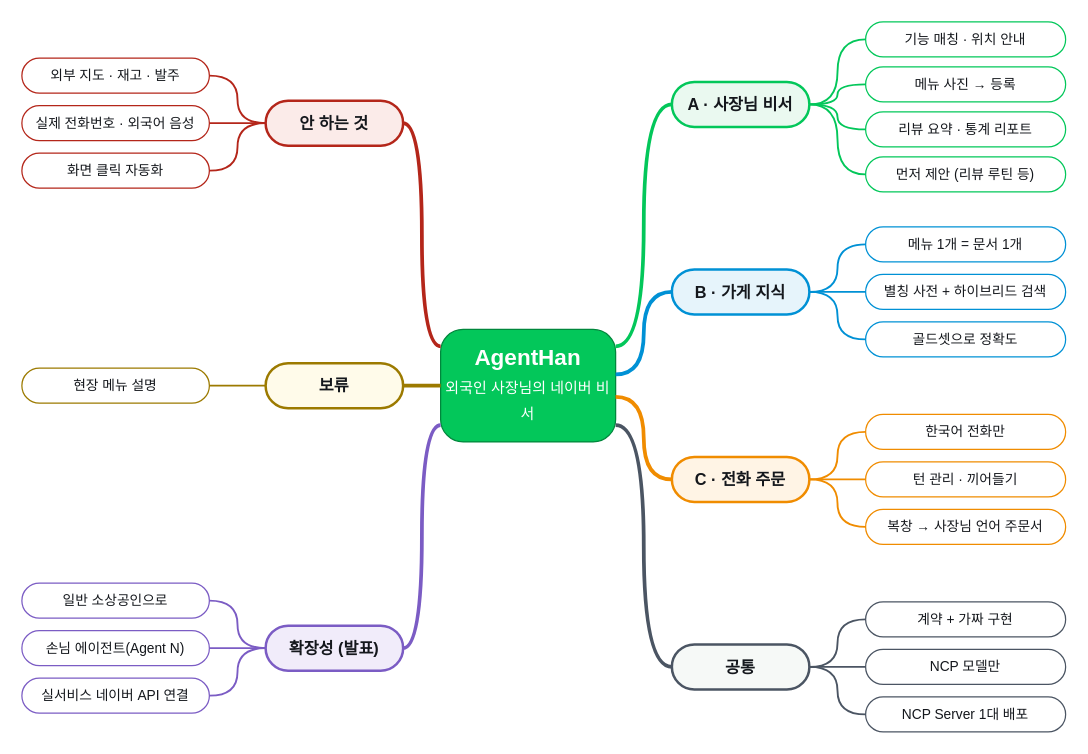
The draw.io diagram docs/diagrams/00-scope-mindmap.drawio in Happ11quokka/AgentHan, before the edit. Source tidied: cells renumbered, new cells numbered last; positions are measured from the earlier drawing's top-left corner, leaving out a move shared by most shapes. Both pictures are drawn from the tidied source at 125%, with x=0, y=0 at pixel (21, 21).
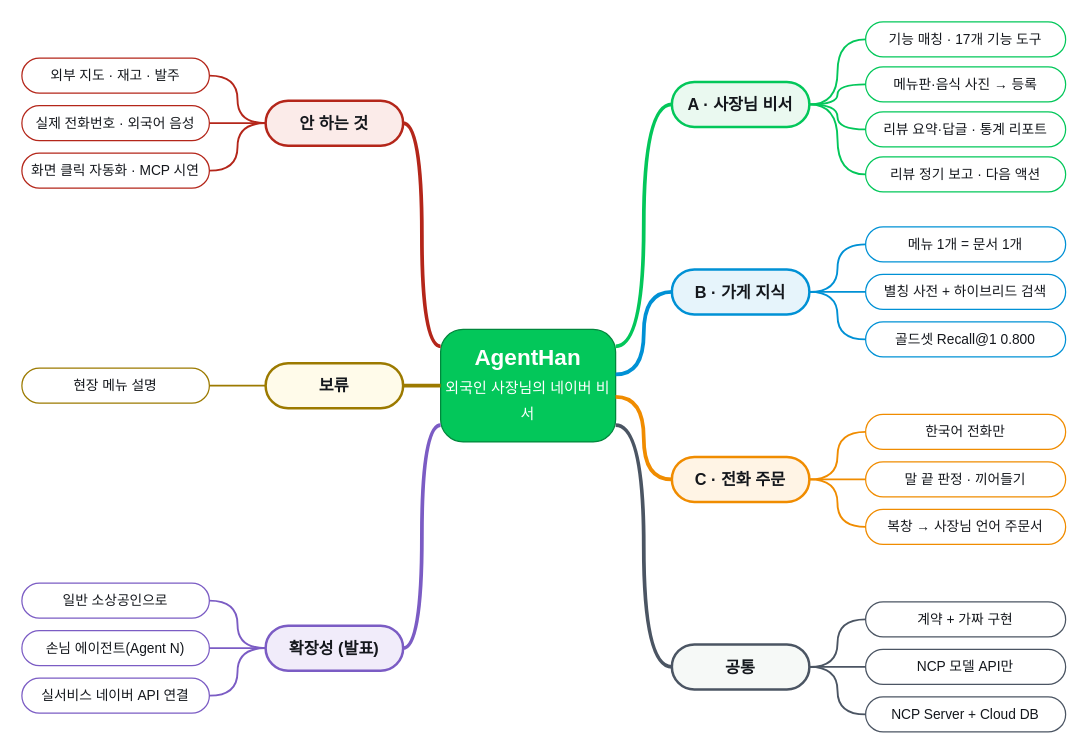
The same page after the edit.

The edit, as a diff of the source:
```diff
@@
-    <mxCell id="5" value="기능 매칭 · 위치 안내" style="fontFamily=Pretendard;rounded=1;arcSize=50;fillColor=#ffffff;strokeColor=#03C75A;fontColor=#14171C;fontSize=11;html=1;whiteSpace=wrap;" parent="1" vertex="1">
+    <mxCell id="5" value="기능 매칭 · 17개 기능 도구" style="fontFamily=Pretendard;rounded=1;arcSize=50;fillColor=#ffffff;strokeColor=#03C75A;fontColor=#14171C;fontSize=11;whiteSpace=wrap;html=1;" parent="1" vertex="1">
       <mxGeometry x="675" width="160" height="28" as="geometry" />
     </mxCell>
@@
-    <mxCell id="7" value="메뉴 사진 → 등록" style="fontFamily=Pretendard;rounded=1;arcSize=50;fillColor=#ffffff;strokeColor=#03C75A;fontColor=#14171C;fontSize=11;html=1;whiteSpace=wrap;" parent="1" vertex="1">
+    <mxCell id="7" value="메뉴판·음식 사진 → 등록" style="fontFamily=Pretendard;rounded=1;arcSize=50;fillColor=#ffffff;strokeColor=#03C75A;fontColor=#14171C;fontSize=11;whiteSpace=wrap;html=1;" parent="1" vertex="1">
       <mxGeometry x="675" y="36" width="160" height="28" as="geometry" />
     </mxCell>
@@
-    <mxCell id="9" value="리뷰 요약 · 통계 리포트" style="fontFamily=Pretendard;rounded=1;arcSize=50;fillColor=#ffffff;strokeColor=#03C75A;fontColor=#14171C;fontSize=11;html=1;whiteSpace=wrap;" parent="1" vertex="1">
+    <mxCell id="9" value="리뷰 요약·답글 · 통계 리포트" style="fontFamily=Pretendard;rounded=1;arcSize=50;fillColor=#ffffff;strokeColor=#03C75A;fontColor=#14171C;fontSize=11;whiteSpace=wrap;html=1;" parent="1" vertex="1">
       <mxGeometry x="675" y="72" width="160" height="28" as="geometry" />
     </mxCell>
@@
-    <mxCell id="17" value="골드셋으로 정확도" style="fontFamily=Pretendard;rounded=1;arcSize=50;fillColor=#ffffff;strokeColor=#0091D5;fontColor=#14171C;fontSize=11;html=1;whiteSpace=wrap;" parent="1" vertex="1">
+    <mxCell id="17" value="골드셋 Recall@1 0.800" style="fontFamily=Pretendard;rounded=1;arcSize=50;fillColor=#ffffff;strokeColor=#0091D5;fontColor=#14171C;fontSize=11;whiteSpace=wrap;html=1;" parent="1" vertex="1">
       <mxGeometry x="675" y="240" width="160" height="28" as="geometry" />
     </mxCell>
@@
-    <mxCell id="23" value="턴 관리 · 끼어들기" style="fontFamily=Pretendard;rounded=1;arcSize=50;fillColor=#ffffff;strokeColor=#F08C00;fontColor=#14171C;fontSize=11;html=1;whiteSpace=wrap;" parent="1" vertex="1">
+    <mxCell id="23" value="말 끝 판정 · 끼어들기" style="fontFamily=Pretendard;rounded=1;arcSize=50;fillColor=#ffffff;strokeColor=#F08C00;fontColor=#14171C;fontSize=11;whiteSpace=wrap;html=1;" parent="1" vertex="1">
       <mxGeometry x="675" y="352" width="160" height="28" as="geometry" />
     </mxCell>
@@
-    <mxCell id="31" value="NCP 모델만" style="fontFamily=Pretendard;rounded=1;arcSize=50;fillColor=#ffffff;strokeColor=#4B5563;fontColor=#14171C;fontSize=11;html=1;whiteSpace=wrap;" parent="1" vertex="1">
+    <mxCell id="31" value="NCP 모델 API만" style="fontFamily=Pretendard;rounded=1;arcSize=50;fillColor=#ffffff;strokeColor=#4B5563;fontColor=#14171C;fontSize=11;whiteSpace=wrap;html=1;" parent="1" vertex="1">
       <mxGeometry x="675" y="502" width="160" height="28" as="geometry" />
     </mxCell>
@@
-    <mxCell id="33" value="NCP Server 1대 배포" style="fontFamily=Pretendard;rounded=1;arcSize=50;fillColor=#ffffff;strokeColor=#4B5563;fontColor=#14171C;fontSize=11;html=1;whiteSpace=wrap;" parent="1" vertex="1">
+    <mxCell id="33" value="NCP Server + Cloud DB" style="fontFamily=Pretendard;rounded=1;arcSize=50;fillColor=#ffffff;strokeColor=#4B5563;fontColor=#14171C;fontSize=11;whiteSpace=wrap;html=1;" parent="1" vertex="1">
       <mxGeometry x="675" y="540" width="160" height="28" as="geometry" />
     </mxCell>
@@
-    <mxCell id="53" value="화면 클릭 자동화" style="fontFamily=Pretendard;rounded=1;arcSize=50;fillColor=#ffffff;strokeColor=#B4261A;fontColor=#14171C;fontSize=11;html=1;whiteSpace=wrap;" parent="1" vertex="1">
+    <mxCell id="53" value="화면 클릭 자동화 · MCP 시연" style="fontFamily=Pretendard;rounded=1;arcSize=50;fillColor=#ffffff;strokeColor=#B4261A;fontColor=#14171C;fontSize=11;whiteSpace=wrap;html=1;" parent="1" vertex="1">
       <mxGeometry y="105" width="150" height="28" as="geometry" />
     </mxCell>
@@
-    <mxCell id="55" value="먼저 제안 (리뷰 루틴 등)" style="fontFamily=Pretendard;rounded=1;arcSize=50;fillColor=#ffffff;strokeColor=#03C75A;fontColor=#14171C;fontSize=11;html=1;whiteSpace=wrap;" parent="1" vertex="1">
+    <mxCell id="55" value="리뷰 정기 보고 · 다음 액션" style="fontFamily=Pretendard;rounded=1;arcSize=50;fillColor=#ffffff;strokeColor=#03C75A;fontColor=#14171C;fontSize=11;whiteSpace=wrap;html=1;" parent="1" vertex="1">
       <mxGeometry x="675" y="108" width="160" height="28" as="geometry" />
     </mxCell>
```
